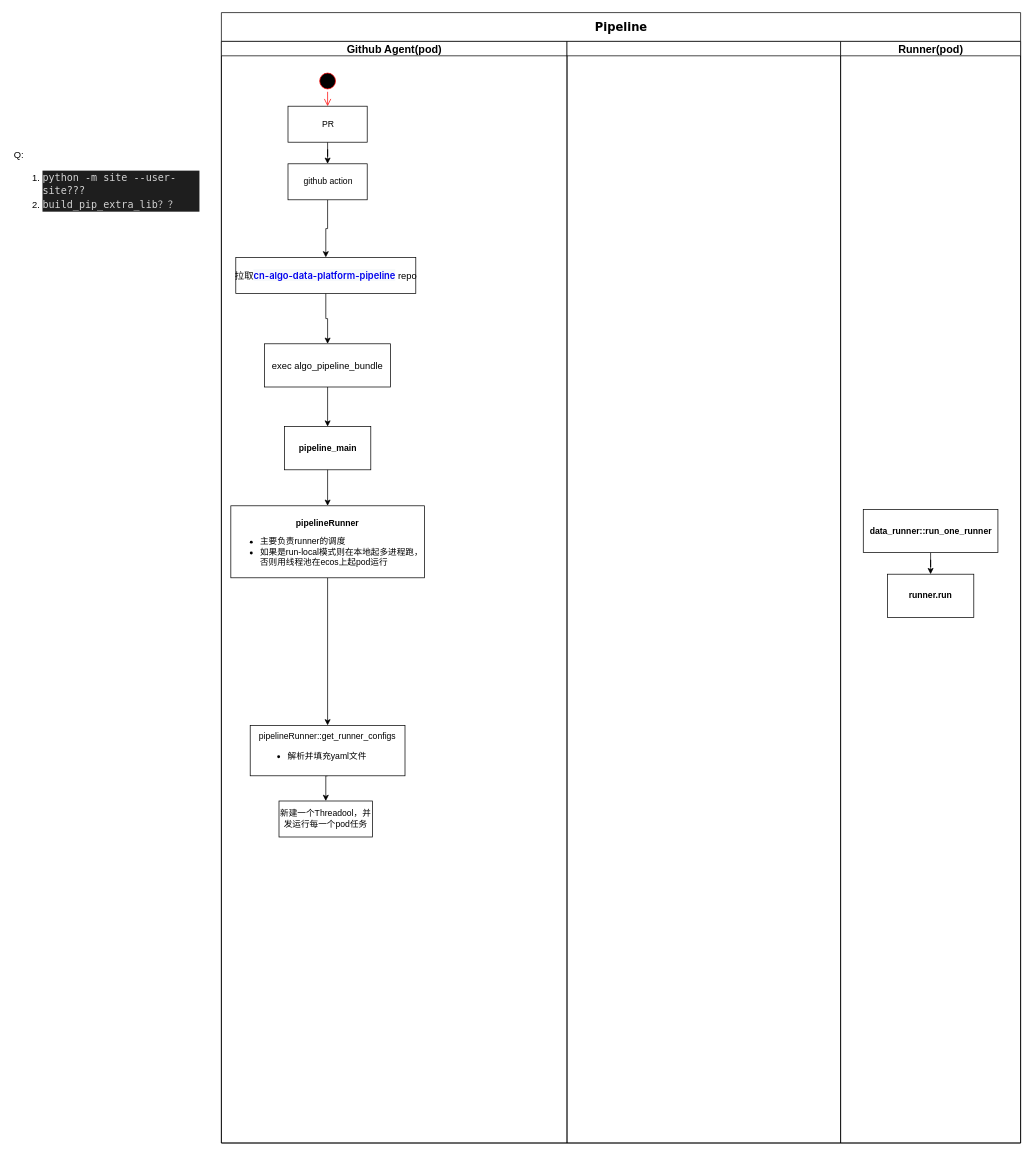
a244591052/Skill-Learning keeps this draw.io diagram as page "第 2 页" (2 of 3) of drawio/TuSimple.drawio. Above is the earlier version. Source tidied: cells renumbered, new cells numbered last; positions are measured from the earlier drawing's top-left corner, leaving out a move shared by most shapes. Both pictures are drawn from the tidied source at 72%, with x=0, y=0 at pixel (12, 12).
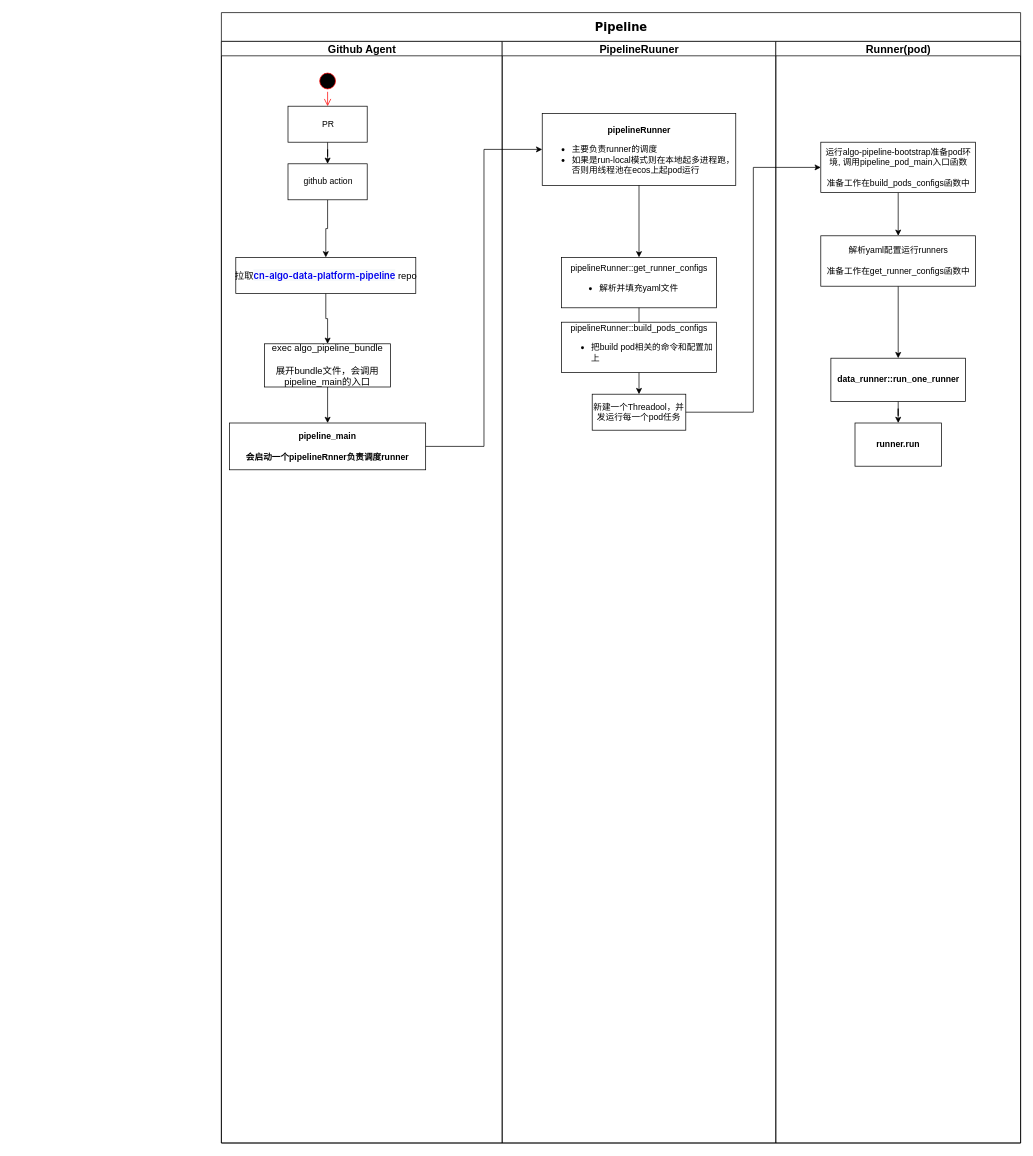
The same page after the edit.

Unchanged cells that the change refers to:
```xml
<mxCell id="2" value="&lt;font style=&quot;font-size: 16px;&quot;&gt;Pipeline&lt;/font&gt;" style="swimlane;html=1;startSize=40;rounded=0;shadow=0;comic=0;labelBackgroundColor=none;strokeWidth=1;fontFamily=Verdana;fontSize=12;align=center;" parent="1" vertex="1">
  <mxGeometry x="290" width="1110" height="1570" as="geometry" />
</mxCell>
```

Change to the diagram source:
```diff
@@
-    <mxCell id="3" value="&lt;font style=&quot;font-size: 15px;&quot;&gt;Github Agent(pod)&lt;/font&gt;" style="swimlane;html=1;startSize=20;" parent="2" vertex="1">
-      <mxGeometry y="40" width="480" height="1530" as="geometry" />
+    <mxCell id="3" value="&lt;font style=&quot;font-size: 15px;&quot;&gt;Github Agent&lt;/font&gt;" style="swimlane;html=1;startSize=20;" parent="2" vertex="1">
+      <mxGeometry y="40" width="390" height="1530" as="geometry" />
     </mxCell>
@@
-    <mxCell id="13" value="exec algo_pipeline_bundle" style="whiteSpace=wrap;html=1;fontSize=13;fillColor=rgb(255, 255, 255);strokeColor=rgb(0, 0, 0);fontColor=rgb(0, 0, 0);" parent="3" vertex="1">
+    <mxCell id="13" value="exec algo_pipeline_bundle&lt;br&gt;&lt;br&gt;展开bundle文件，会调用pipeline_main的入口" style="whiteSpace=wrap;html=1;fontSize=13;fillColor=rgb(255, 255, 255);strokeColor=rgb(0, 0, 0);fontColor=rgb(0, 0, 0);" parent="3" vertex="1">
       <mxGeometry x="60" y="420" width="175" height="60" as="geometry" />
     </mxCell>
-    <mxCell id="14" value="&lt;b&gt;pipeline_main&lt;/b&gt;" style="whiteSpace=wrap;html=1;fillColor=rgb(255, 255, 255);strokeColor=rgb(0, 0, 0);fontColor=rgb(0, 0, 0);" parent="3" vertex="1">
-      <mxGeometry x="87.5" y="535" width="120" height="60" as="geometry" />
+    <mxCell id="14" value="&lt;b&gt;pipeline_main&lt;br&gt;&lt;br&gt;会启动一个pipelineRnner负责调度runner&lt;br&gt;&lt;/b&gt;" style="whiteSpace=wrap;html=1;fillColor=rgb(255, 255, 255);strokeColor=rgb(0, 0, 0);fontColor=rgb(0, 0, 0);" parent="3" vertex="1">
+      <mxGeometry x="11.2" y="530" width="272.5" height="65" as="geometry" />
     </mxCell>
+    <mxCell id="21" value="&lt;font style=&quot;font-size: 15px;&quot;&gt;PipelineRuuner&lt;/font&gt;" style="swimlane;html=1;startSize=20;" parent="2" vertex="1">
+      <mxGeometry x="390" y="40" width="380" height="1530" as="geometry" />
+    </mxCell>
+    <mxCell id="16" value="&lt;b&gt;&lt;br&gt;pipelineRunner&lt;/b&gt;&lt;br&gt;&lt;ul&gt;&lt;li style=&quot;text-align: left;&quot;&gt;主要负责runner的调度&lt;/li&gt;&lt;li style=&quot;text-align: left;&quot;&gt;如果是run-local模式则在本地起多进程跑，否则用线程池在ecos上起pod运行&lt;/li&gt;&lt;/ul&gt;" style="whiteSpace=wrap;html=1;fillColor=rgb(255, 255, 255);strokeColor=rgb(0, 0, 0);fontColor=rgb(0, 0, 0);" parent="21" vertex="1">
+      <mxGeometry x="55.6" y="100" width="268.8" height="100" as="geometry" />
+    </mxCell>
+    <mxCell id="19" value="&lt;font style=&quot;font-size: 12px;&quot;&gt;pipelineRunner::get_runner_configs&lt;br style=&quot;font-size: 12px;&quot;&gt;&lt;ul&gt;&lt;li style=&quot;text-align: left;&quot;&gt;&lt;span style=&quot;background-color: initial;&quot;&gt;解析并填充yaml文件&lt;/span&gt;&lt;/li&gt;&lt;/ul&gt;&lt;/font&gt;" style="rounded=0;whiteSpace=wrap;html=1;fontSize=12;" parent="21" vertex="1">
+      <mxGeometry x="82.5" y="300" width="215" height="70" as="geometry" />
+    </mxCell>
-    <mxCell id="15" style="edgeStyle=orthogonalEdgeStyle;rounded=0;jettySize=auto;html=1;exitX=0.5;exitY=1;exitDx=0;exitDy=0;entryX=0.5;entryY=0;entryDx=0;entryDy=0;fontSize=13;" parent="3" edge="1" source="16" target="19">
+    <mxCell id="15" style="edgeStyle=orthogonalEdgeStyle;rounded=0;jettySize=auto;html=1;exitX=0.5;exitY=1;exitDx=0;exitDy=0;entryX=0.5;entryY=0;entryDx=0;entryDy=0;fontSize=13;" parent="21" edge="1" source="16" target="19">
       <mxGeometry relative="1" as="geometry" />
     </mxCell>
-    <mxCell id="16" value="&lt;b&gt;&lt;br&gt;pipelineRunner&lt;/b&gt;&lt;br&gt;&lt;ul&gt;&lt;li style=&quot;text-align: left;&quot;&gt;主要负责runner的调度&lt;/li&gt;&lt;li style=&quot;text-align: left;&quot;&gt;如果是run-local模式则在本地起多进程跑，否则用线程池在ecos上起pod运行&lt;/li&gt;&lt;/ul&gt;" style="whiteSpace=wrap;html=1;fillColor=rgb(255, 255, 255);strokeColor=rgb(0, 0, 0);fontColor=rgb(0, 0, 0);" parent="3" vertex="1">
-      <mxGeometry x="13.1" y="645" width="268.8" height="100" as="geometry" />
-    </mxCell>
-    <mxCell id="17" style="edgeStyle=orthogonalEdgeStyle;rounded=0;jettySize=auto;html=1;" parent="3" edge="1" source="14" target="16">
-      <mxGeometry relative="1" as="geometry" />
-    </mxCell>
+    <mxCell id="20" value="新建一个Threadool，并发运行每一个pod任务" style="whiteSpace=wrap;html=1;fillColor=rgb(255, 255, 255);strokeColor=rgb(0, 0, 0);fontColor=rgb(0, 0, 0);" parent="21" vertex="1">
+      <mxGeometry x="125" y="490" width="130" height="50" as="geometry" />
+    </mxCell>
-    <mxCell id="18" style="edgeStyle=orthogonalEdgeStyle;rounded=0;jettySize=auto;html=1;exitX=0.5;exitY=1;exitDx=0;exitDy=0;entryX=0.5;entryY=0;entryDx=0;entryDy=0;fontSize=13;" parent="3" edge="1" source="19" target="20">
+    <mxCell id="18" style="edgeStyle=orthogonalEdgeStyle;rounded=0;jettySize=auto;html=1;exitX=0.5;exitY=1;exitDx=0;exitDy=0;entryX=0.5;entryY=0;entryDx=0;entryDy=0;fontSize=13;" parent="21" edge="1" source="19" target="20">
       <mxGeometry relative="1" as="geometry" />
     </mxCell>
-    <mxCell id="19" value="&lt;font style=&quot;font-size: 12px;&quot;&gt;pipelineRunner::get_runner_configs&lt;br style=&quot;font-size: 12px;&quot;&gt;&lt;ul&gt;&lt;li style=&quot;text-align: left;&quot;&gt;&lt;span style=&quot;background-color: initial;&quot;&gt;解析并填充yaml文件&lt;/span&gt;&lt;/li&gt;&lt;/ul&gt;&lt;/font&gt;" style="rounded=0;whiteSpace=wrap;html=1;fontSize=12;" parent="3" vertex="1">
-      <mxGeometry x="40" y="950" width="215" height="70" as="geometry" />
-    </mxCell>
-    <mxCell id="20" value="新建一个Threadool，并发运行每一个pod任务" style="whiteSpace=wrap;html=1;fillColor=rgb(255, 255, 255);strokeColor=rgb(0, 0, 0);fontColor=rgb(0, 0, 0);" parent="3" vertex="1">
-      <mxGeometry x="80" y="1055" width="130" height="50" as="geometry" />
-    </mxCell>
-    <mxCell id="21" style="swimlane;html=1;startSize=20;" parent="2" vertex="1">
-      <mxGeometry x="480" y="40" width="380" height="1530" as="geometry" />
-    </mxCell>
+    <mxCell id="27" value="&lt;font style=&quot;font-size: 12px;&quot;&gt;pipelineRunner::build_pods_configs&lt;br style=&quot;font-size: 12px;&quot;&gt;&lt;ul&gt;&lt;li style=&quot;text-align: left;&quot;&gt;&lt;span style=&quot;background-color: initial;&quot;&gt;把build pod相关的命令和配置加上&lt;/span&gt;&lt;/li&gt;&lt;/ul&gt;&lt;/font&gt;" style="rounded=0;whiteSpace=wrap;html=1;fontSize=12;" parent="21" vertex="1">
+      <mxGeometry x="82.5" y="390" width="215" height="70" as="geometry" />
+    </mxCell>
     <mxCell id="22" value="&lt;font style=&quot;font-size: 15px;&quot;&gt;Runner(pod)&lt;/font&gt;" style="swimlane;html=1;startSize=20;" parent="2" vertex="1">
-      <mxGeometry x="860" y="40" width="250" height="1530" as="geometry" />
+      <mxGeometry x="770" y="40" width="340" height="1530" as="geometry" />
     </mxCell>
@@
     <mxCell id="24" value="&lt;b&gt;data_runner::run_one_runner&lt;/b&gt;" style="whiteSpace=wrap;html=1;fillColor=rgb(255, 255, 255);strokeColor=rgb(0, 0, 0);fontColor=rgb(0, 0, 0);" parent="22" vertex="1">
-      <mxGeometry x="31.5" y="650" width="187" height="60" as="geometry" />
+      <mxGeometry x="76.5" y="440" width="187" height="60" as="geometry" />
     </mxCell>
     <mxCell id="25" value="&lt;b&gt;runner.run&lt;/b&gt;" style="whiteSpace=wrap;html=1;fillColor=rgb(255, 255, 255);strokeColor=rgb(0, 0, 0);fontColor=rgb(0, 0, 0);" parent="22" vertex="1">
-      <mxGeometry x="65" y="740" width="120" height="60" as="geometry" />
+      <mxGeometry x="110" y="530" width="120" height="60" as="geometry" />
     </mxCell>
-    <mxCell id="26" value="Q:&lt;br&gt;&lt;ol&gt;&lt;li&gt;&lt;div style=&quot;color: rgb(212, 212, 212); background-color: rgb(30, 30, 30); font-family: &amp;quot;Droid Sans Mono&amp;quot;, &amp;quot;monospace&amp;quot;, monospace; font-size: 14px; line-height: 19px;&quot;&gt;python -m site --user-site???&lt;/div&gt;&lt;/li&gt;&lt;li&gt;&lt;div style=&quot;color: rgb(212, 212, 212); background-color: rgb(30, 30, 30); font-family: &amp;quot;Droid Sans Mono&amp;quot;, &amp;quot;monospace&amp;quot;, monospace; font-size: 14px; line-height: 19px;&quot;&gt;&lt;div style=&quot;line-height: 19px;&quot;&gt;build_pip_extra_lib？？&lt;/div&gt;&lt;/div&gt;&lt;/li&gt;&lt;/ol&gt;" style="text;html=1;strokeColor=none;fillColor=none;align=left;verticalAlign=middle;whiteSpace=wrap;rounded=0;fontSize=13;" parent="1" vertex="1">
-      <mxGeometry y="120" width="260" height="240" as="geometry" />
-    </mxCell>
+    <mxCell id="28" style="rounded=0;jettySize=auto;html=1;exitX=0.5;exitY=1;exitDx=0;exitDy=0;entryX=0.5;entryY=0;entryDx=0;entryDy=0;fontSize=13;" parent="22" edge="1" source="29" target="31">
+      <mxGeometry relative="1" as="geometry" />
+    </mxCell>
+    <mxCell id="29" value="运行algo-pipeline-bootstrap准备pod环境, 调用pipeline_pod_main入口函数&lt;br&gt;&lt;br&gt;准备工作在build_pods_configs函数中" style="rounded=0;whiteSpace=wrap;html=1;fontSize=12;" parent="22" vertex="1">
+      <mxGeometry x="62.5" y="140" width="215" height="70" as="geometry" />
+    </mxCell>
+    <mxCell id="30" style="edgeStyle=none;rounded=0;jettySize=auto;html=1;exitX=0.5;exitY=1;exitDx=0;exitDy=0;entryX=0.5;entryY=0;entryDx=0;entryDy=0;fontSize=13;" parent="22" edge="1" source="31" target="24">
+      <mxGeometry relative="1" as="geometry" />
+    </mxCell>
+    <mxCell id="31" value="解析yaml配置运行runners&lt;br&gt;&lt;br&gt;准备工作在get_runner_configs函数中" style="rounded=0;whiteSpace=wrap;html=1;fontSize=12;" parent="22" vertex="1">
+      <mxGeometry x="62.5" y="270" width="215" height="70" as="geometry" />
+    </mxCell>
+    <mxCell id="17" style="edgeStyle=orthogonalEdgeStyle;rounded=0;jettySize=auto;html=1;entryX=0;entryY=0.5;entryDx=0;entryDy=0;" parent="2" edge="1" source="14" target="16">
+      <mxGeometry relative="1" as="geometry" />
+    </mxCell>
+    <mxCell id="32" style="edgeStyle=orthogonalEdgeStyle;rounded=0;jettySize=auto;html=1;fontSize=13;entryX=0;entryY=0.5;entryDx=0;entryDy=0;" parent="2" edge="1" source="20" target="29">
+      <mxGeometry relative="1" as="geometry" />
+    </mxCell>
```
